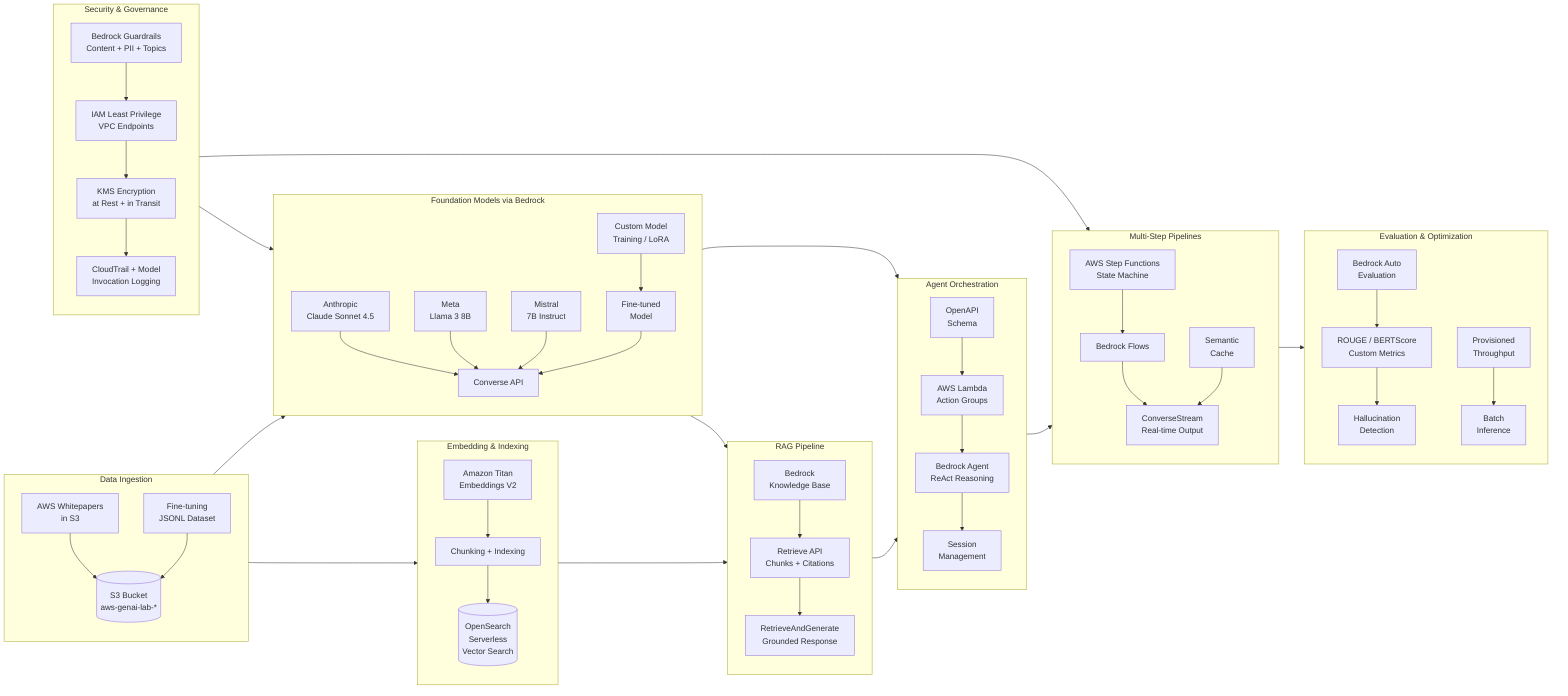
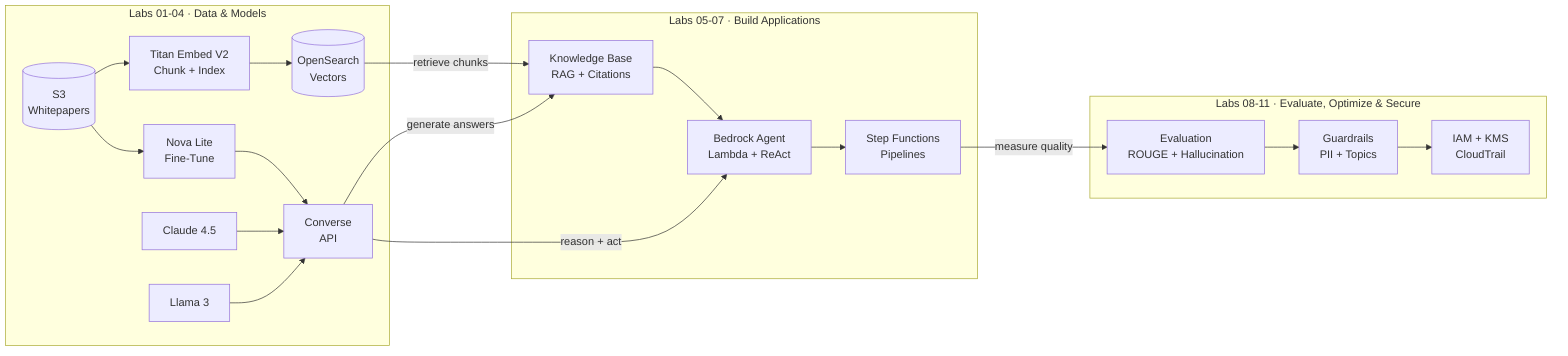
flowchart LR
-     subgraph INGEST["Data Ingestion"]
-         direction TB
-         WP[AWS Whitepapers<br/>in S3] --> S3[("S3 Bucket<br/>aws-genai-lab-*")]
-         JSONL[Fine-tuning<br/>JSONL Dataset] --> S3
+     subgraph S1["Labs 01-04 · Data & Models"]
+         S3[("S3<br/>Whitepapers")] --> EMBED[Titan Embed V2<br/>Chunk + Index] --> OSS[("OpenSearch<br/>Vectors")]
+         S3 --> NOVA[Nova Lite<br/>Fine-Tune]
+         NOVA --> API[Converse<br/>API]
+         CLAUDE[Claude 4.5] --> API
+         LLAMA[Llama 3] --> API
    end

-     subgraph EMBED["Embedding & Indexing"]
-         direction TB
-         TITAN_E[Amazon Titan<br/>Embeddings V2] --> CHUNK[Chunking + Indexing]
-         CHUNK --> OSS[("OpenSearch<br/>Serverless<br/>Vector Search")]
+     subgraph S2["Labs 05-07 · Build Applications"]
+         KB[Knowledge Base<br/>RAG + Citations] --> AGENT[Bedrock Agent<br/>Lambda + ReAct] --> SFN[Step Functions<br/>Pipelines]
    end

-     subgraph FM["Foundation Models via Bedrock"]
-         direction TB
-         CLAUDE[Anthropic<br/>Claude Sonnet 4.5] --> CONVERSE[Converse API]
-         LLAMA[Meta<br/>Llama 3 8B] --> CONVERSE
-         MISTRAL[Mistral<br/>7B Instruct] --> CONVERSE
-         TRAIN[Custom Model<br/>Training / LoRA] --> CUSTOM[Fine-tuned<br/>Model]
-         CUSTOM --> CONVERSE
+     subgraph S3A["Labs 08-11 · Evaluate, Optimize & Secure"]
+         EVAL[Evaluation<br/>ROUGE + Hallucination] --> GUARD[Guardrails<br/>PII + Topics] --> SEC[IAM + KMS<br/>CloudTrail]
    end

-     subgraph RAG["RAG Pipeline"]
-         direction TB
-         KB[Bedrock<br/>Knowledge Base] --> RETRIEVE[Retrieve API<br/>Chunks + Citations]
-         RETRIEVE --> GENERATE[RetrieveAndGenerate<br/>Grounded Response]
-     end
- 
-     subgraph AGENT["Agent Orchestration"]
-         direction TB
-         SCHEMA[OpenAPI<br/>Schema] --> LAMBDA[AWS Lambda<br/>Action Groups]
-         LAMBDA --> BEDROCK_AGENT[Bedrock Agent<br/>ReAct Reasoning]
-         BEDROCK_AGENT --> SESSION[Session<br/>Management]
-     end
- 
-     subgraph WORKFLOW["Multi-Step Pipelines"]
-         direction TB
-         SFN[AWS Step Functions<br/>State Machine] --> FLOWS[Bedrock Flows]
-         FLOWS --> STREAM[ConverseStream<br/>Real-time Output]
-         CACHE[Semantic<br/>Cache] --> STREAM
-     end
- 
-     subgraph EVAL["Evaluation & Optimization"]
-         direction TB
-         AUTO[Bedrock Auto<br/>Evaluation] --> ROUGE[ROUGE / BERTScore<br/>Custom Metrics]
-         ROUGE --> HALLUC[Hallucination<br/>Detection]
-         PROV[Provisioned<br/>Throughput] --> BATCH[Batch<br/>Inference]
-     end
- 
-     subgraph SECURE["Security & Governance"]
-         direction TB
-         GUARD[Bedrock Guardrails<br/>Content + PII + Topics] --> IAM[IAM Least Privilege<br/>VPC Endpoints]
-         IAM --> KMS[KMS Encryption<br/>at Rest + in Transit]
-         KMS --> TRAIL[CloudTrail + Model<br/>Invocation Logging]
-     end
- 
-     S3 --> TITAN_E
-     S3 --> TRAIN
-     OSS --> KB
-     CONVERSE --> GENERATE
-     CONVERSE --> BEDROCK_AGENT
-     KB --> BEDROCK_AGENT
-     SESSION --> SFN
-     STREAM --> AUTO
-     GUARD --> CONVERSE
-     TRAIL --> SFN
+     OSS -->|retrieve chunks| KB
+     API -->|generate answers| KB
+     API -->|reason + act| AGENT
+     SFN -->|measure quality| EVAL
